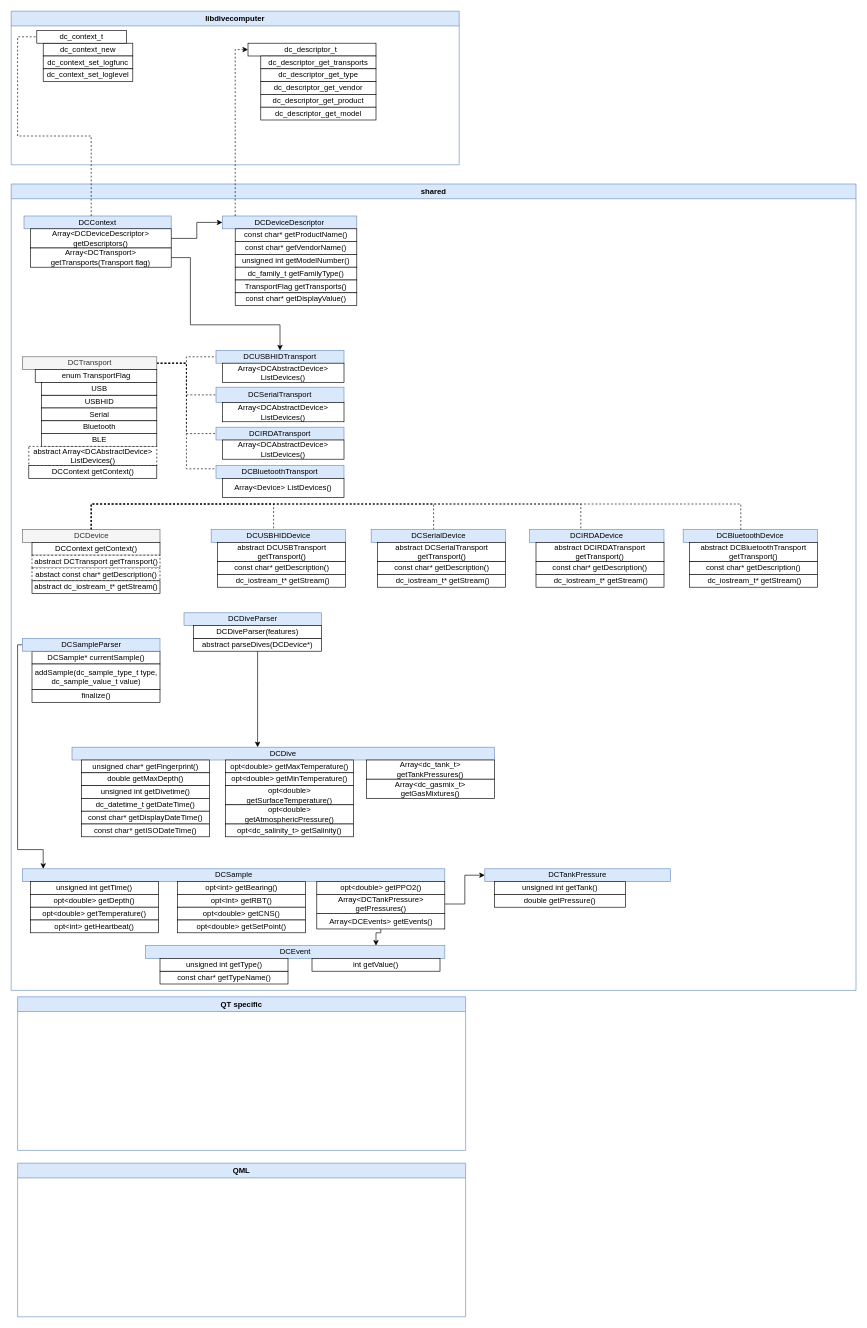
Earlier version of the draw.io diagram qt-libdivecomputer.drawio (blackshadev/qt-dive-uploader). Source tidied: cells renumbered, new cells numbered last; positions are measured from the earlier drawing's top-left corner, leaving out a move shared by most shapes. Both pictures are drawn from the tidied source at 64%, with x=0, y=0 at pixel (11, 11).
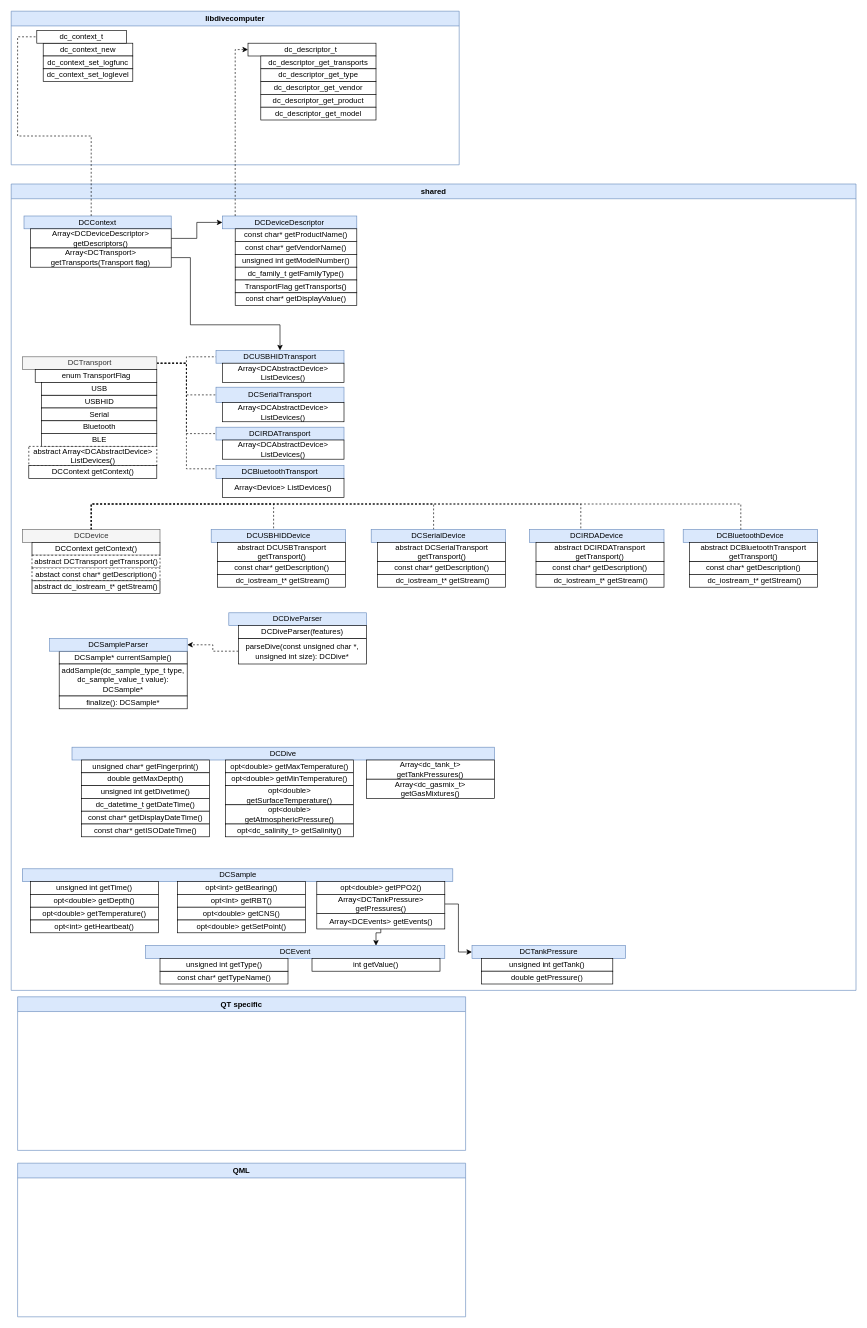
After the change.

Unchanged cells that the change refers to:
```xml
<mxCell id="13" value="shared" style="swimlane;fillColor=#dae8fc;strokeColor=#6c8ebf;" parent="1" vertex="1">
  <mxGeometry y="270" width="1320" height="1260" as="geometry" />
</mxCell>
<mxCell id="72" value="DCDive" style="rounded=0;whiteSpace=wrap;html=1;fillColor=#dae8fc;strokeColor=#6c8ebf;" parent="13" vertex="1">
  <mxGeometry x="95" y="880" width="660" height="20" as="geometry" />
</mxCell>
```

The edit, as a diff of the source:
```diff
@@
     <mxCell id="86" value="DCSample" style="rounded=0;whiteSpace=wrap;html=1;fillColor=#dae8fc;strokeColor=#6c8ebf;" parent="13" vertex="1">
-      <mxGeometry x="17.5" y="1070" width="660" height="20" as="geometry" />
+      <mxGeometry x="17.5" y="1070" width="672.5" height="20" as="geometry" />
     </mxCell>
@@
     <mxCell id="88" value="DCDiveParser" style="rounded=0;whiteSpace=wrap;html=1;fillColor=#dae8fc;strokeColor=#6c8ebf;" parent="13" vertex="1">
-      <mxGeometry x="270" y="670" width="215" height="20" as="geometry" />
+      <mxGeometry x="340" y="670" width="215" height="20" as="geometry" />
     </mxCell>
-    <mxCell id="89" style="edgeStyle=orthogonalEdgeStyle;rounded=0;jettySize=auto;html=1;" parent="13" edge="1" source="90" target="72">
-      <mxGeometry relative="1" as="geometry">
-        <Array as="points">
-          <mxPoint x="385" y="780" />
-          <mxPoint x="385" y="780" />
-        </Array>
-      </mxGeometry>
-    </mxCell>
+    <mxCell id="120" style="edgeStyle=orthogonalEdgeStyle;rounded=0;jettySize=auto;html=1;dashed=1;" parent="13" edge="1" source="90" target="113">
+      <mxGeometry relative="1" as="geometry" />
+    </mxCell>
-    <mxCell id="90" value="abstract parseDives(DCDevice*)" style="rounded=0;whiteSpace=wrap;html=1;" parent="13" vertex="1">
-      <mxGeometry x="285" y="710" width="200" height="20" as="geometry" />
+    <mxCell id="90" value="parseDive(const unsigned char *, unsigned int size): DCDive*" style="rounded=0;whiteSpace=wrap;html=1;" parent="13" vertex="1">
+      <mxGeometry x="355" y="710" width="200" height="40" as="geometry" />
     </mxCell>
     <mxCell id="91" value="DCDiveParser(features)" style="rounded=0;whiteSpace=wrap;html=1;" parent="13" vertex="1">
-      <mxGeometry x="285" y="690" width="200" height="20" as="geometry" />
+      <mxGeometry x="355" y="690" width="200" height="20" as="geometry" />
     </mxCell>
     <mxCell id="92" value="DCSample* currentSample()" style="rounded=0;whiteSpace=wrap;html=1;" parent="13" vertex="1">
-      <mxGeometry x="32.5" y="730" width="200" height="20" as="geometry" />
+      <mxGeometry x="75" y="730" width="200" height="20" as="geometry" />
     </mxCell>
@@
     <mxCell id="106" value="DCTankPressure" style="rounded=0;whiteSpace=wrap;html=1;fillColor=#dae8fc;strokeColor=#6c8ebf;" parent="13" vertex="1">
-      <mxGeometry x="740" y="1070" width="290" height="20" as="geometry" />
+      <mxGeometry x="720" y="1190" width="240" height="20" as="geometry" />
     </mxCell>
     <mxCell id="107" value="unsigned int getTank()" style="rounded=0;whiteSpace=wrap;html=1;" parent="13" vertex="1">
-      <mxGeometry x="755" y="1090" width="205" height="20" as="geometry" />
+      <mxGeometry x="735" y="1210" width="205" height="20" as="geometry" />
     </mxCell>
     <mxCell id="108" value="double getPressure()" style="rounded=0;whiteSpace=wrap;html=1;" parent="13" vertex="1">
-      <mxGeometry x="755" y="1110" width="205" height="20" as="geometry" />
+      <mxGeometry x="735" y="1230" width="205" height="20" as="geometry" />
     </mxCell>
@@
-    <mxCell id="112" style="edgeStyle=orthogonalEdgeStyle;rounded=0;jettySize=auto;html=1;" parent="13" edge="1" source="113" target="86">
-      <mxGeometry relative="1" as="geometry">
-        <Array as="points">
-          <mxPoint x="10" y="720" />
-          <mxPoint x="10" y="1040" />
-          <mxPoint x="50" y="1040" />
-        </Array>
-      </mxGeometry>
-    </mxCell>
     <mxCell id="113" value="DCSampleParser" style="rounded=0;whiteSpace=wrap;html=1;fillColor=#dae8fc;strokeColor=#6c8ebf;" parent="13" vertex="1">
-      <mxGeometry x="17.5" y="710" width="215" height="20" as="geometry" />
+      <mxGeometry x="60" y="710" width="215" height="20" as="geometry" />
     </mxCell>
-    <mxCell id="114" value="addSample(dc_sample_type_t type, dc_sample_value_t value)" style="rounded=0;whiteSpace=wrap;html=1;" parent="13" vertex="1">
-      <mxGeometry x="32.5" y="750" width="200" height="40" as="geometry" />
+    <mxCell id="114" value="addSample(dc_sample_type_t type, dc_sample_value_t value): DCSample*" style="rounded=0;whiteSpace=wrap;html=1;" parent="13" vertex="1">
+      <mxGeometry x="75" y="750" width="200" height="50" as="geometry" />
     </mxCell>
-    <mxCell id="115" value="finalize()" style="rounded=0;whiteSpace=wrap;html=1;" parent="13" vertex="1">
-      <mxGeometry x="32.5" y="790" width="200" height="20" as="geometry" />
+    <mxCell id="115" value="finalize(): DCSample*" style="rounded=0;whiteSpace=wrap;html=1;" parent="13" vertex="1">
+      <mxGeometry x="75" y="800" width="200" height="20" as="geometry" />
     </mxCell>
```
